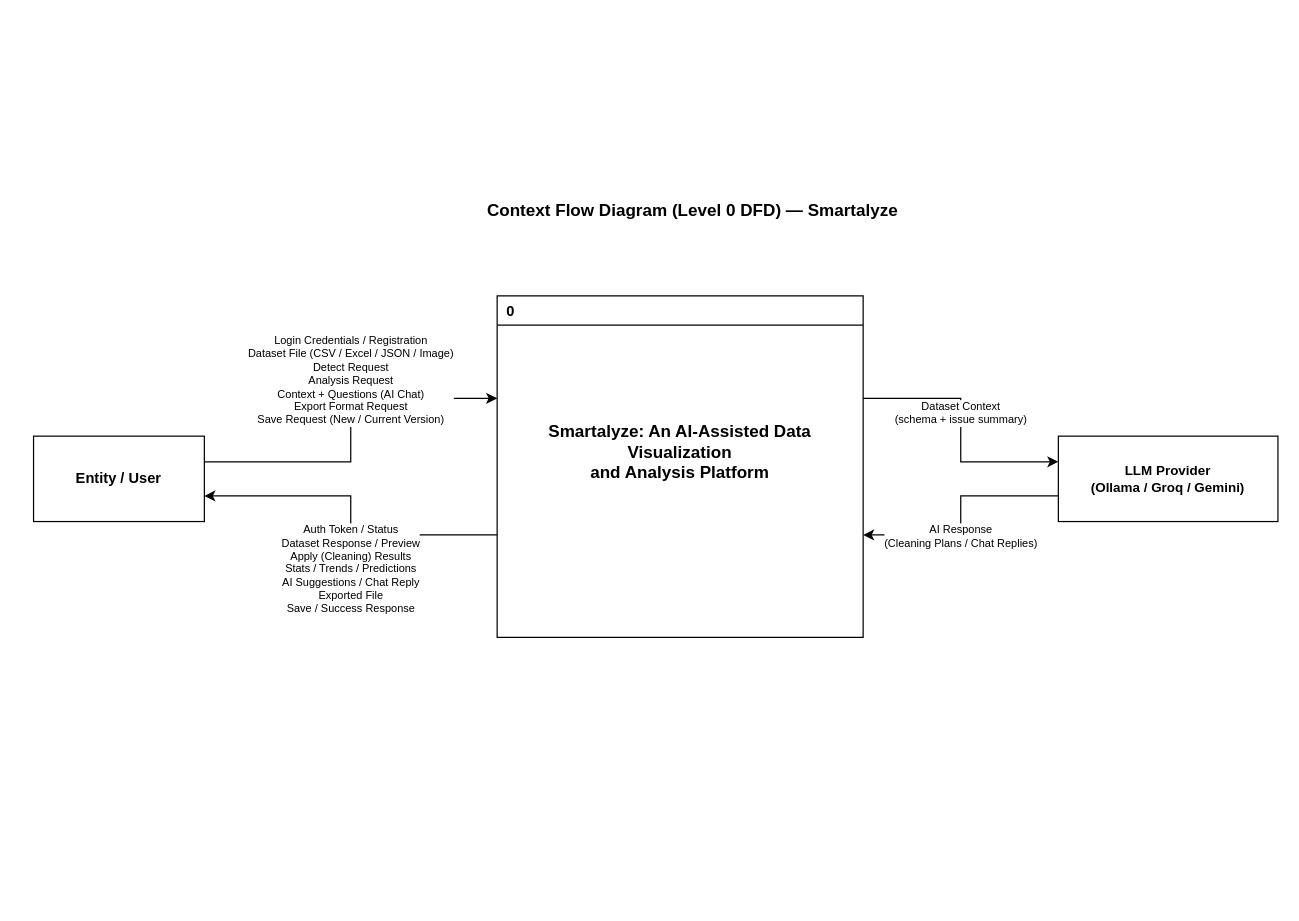
Earlier version of the draw.io diagram docs/CFD-Level0.drawio (alteradomayantonette-droid/Smartalyze-Web). Source tidied: cells renumbered, new cells numbered last; positions are measured from the earlier drawing's top-left corner, leaving out a move shared by most shapes. Both pictures are drawn from the tidied source at 122%, with x=0, y=0 at pixel (33, 192).
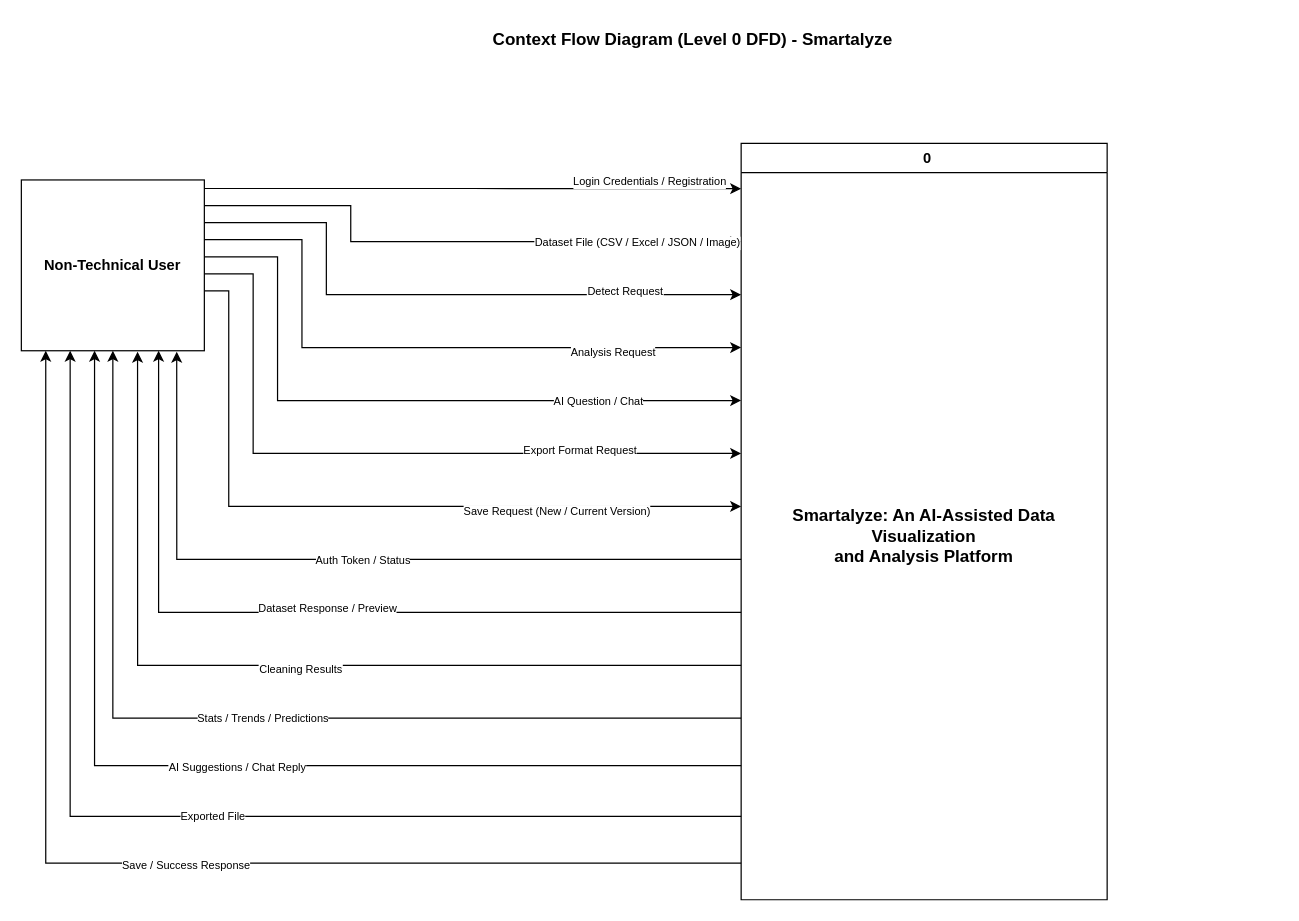
After the change.

Commit message (it also covers changes not shown here):
changes cfd dfd

The edit, as a diff of the source:
```diff
@@
-    <mxCell id="2" value="Context Flow Diagram (Level 0 DFD) — Smartalyze" style="text;html=1;strokeColor=none;fillColor=none;align=center;verticalAlign=middle;fontSize=14;fontStyle=1;" parent="1" vertex="1">
-      <mxGeometry x="240" width="600" height="30" as="geometry" />
+    <mxCell id="2" value="Context Flow Diagram (Level 0 DFD) - Smartalyze" style="text;html=1;strokeColor=none;fillColor=none;align=center;verticalAlign=middle;fontSize=14;fontStyle=1;" parent="1" vertex="1">
+      <mxGeometry x="240" y="-140" width="600" height="30" as="geometry" />
     </mxCell>
-    <mxCell id="3" value="Entity / User" style="rounded=0;whiteSpace=wrap;html=1;fillColor=#ffffff;strokeColor=#000000;fontSize=12;fontStyle=1;" parent="1" vertex="1">
-      <mxGeometry y="200" width="140" height="70" as="geometry" />
+    <mxCell id="3" value="Non-Technical User" style="rounded=0;whiteSpace=wrap;html=1;fillColor=#ffffff;strokeColor=#000000;fontSize=12;fontStyle=1;" parent="1" vertex="1">
+      <mxGeometry x="-10" y="-10" width="150" height="140" as="geometry" />
     </mxCell>
-    <mxCell id="4" value="0" style="swimlane;startSize=24;fillColor=#ffffff;strokeColor=#000000;fontSize=12;fontStyle=1;align=left;spacingLeft=6;" parent="1" vertex="1">
-      <mxGeometry x="380" y="85" width="300" height="280" as="geometry" />
+    <mxCell id="4" value="0" style="swimlane;startSize=24;fillColor=#ffffff;strokeColor=#000000;fontSize=12;fontStyle=1;align=center;spacingLeft=6;glass=0;absoluteArcSize=0;footerSize=0;" parent="1" vertex="1">
+      <mxGeometry x="580" y="-40" width="300" height="620" as="geometry" />
     </mxCell>
     <mxCell id="5" value="Smartalyze: An AI-Assisted Data Visualization&lt;div&gt;and Analysis Platform&lt;/div&gt;" style="text;html=1;strokeColor=none;fillColor=none;align=center;verticalAlign=middle;whiteSpace=wrap;fontSize=14;fontStyle=1;" parent="4" vertex="1">
-      <mxGeometry width="300" height="256" as="geometry" />
+      <mxGeometry y="24" width="300" height="596" as="geometry" />
     </mxCell>
-    <mxCell id="6" value="LLM Provider&#10;(Ollama / Groq / Gemini)" style="rounded=0;whiteSpace=wrap;html=1;fillColor=#ffffff;strokeColor=#000000;fontSize=11;fontStyle=1;" parent="1" vertex="1">
-      <mxGeometry x="840" y="200" width="180" height="70" as="geometry" />
-    </mxCell>
-    <mxCell id="7" value="Login Credentials / Registration&#10;Dataset File (CSV / Excel / JSON / Image)&#10;Detect Request&#10;Analysis Request&#10;Context + Questions (AI Chat)&#10;Export Format Request&#10;Save Request (New / Current Version)" style="edgeStyle=orthogonalEdgeStyle;rounded=0;html=1;exitX=1;exitY=0.3;exitDx=0;exitDy=0;entryX=0;entryY=0.3;entryDx=0;entryDy=0;fontSize=9;align=center;verticalAlign=bottom;" parent="1" edge="1" source="3" target="4">
-      <mxGeometry relative="1" as="geometry" />
-    </mxCell>
-    <mxCell id="8" value="Auth Token / Status&#10;Dataset Response / Preview&#10;Apply (Cleaning) Results&#10;Stats / Trends / Predictions&#10;AI Suggestions / Chat Reply&#10;Exported File&#10;Save / Success Response" style="edgeStyle=orthogonalEdgeStyle;rounded=0;html=1;exitX=0;exitY=0.7;exitDx=0;exitDy=0;entryX=1;entryY=0.7;entryDx=0;entryDy=0;fontSize=9;align=center;verticalAlign=top;" parent="1" edge="1" source="4" target="3">
-      <mxGeometry relative="1" as="geometry" />
-    </mxCell>
-    <mxCell id="9" value="Dataset Context&#10;(schema + issue summary)" style="edgeStyle=orthogonalEdgeStyle;rounded=0;html=1;exitX=1;exitY=0.3;exitDx=0;exitDy=0;entryX=0;entryY=0.3;entryDx=0;entryDy=0;fontSize=9;align=center;verticalAlign=bottom;" parent="1" edge="1" source="4" target="6">
-      <mxGeometry relative="1" as="geometry" />
-    </mxCell>
-    <mxCell id="10" value="AI Response&#10;(Cleaning Plans / Chat Replies)" style="edgeStyle=orthogonalEdgeStyle;rounded=0;html=1;exitX=0;exitY=0.7;exitDx=0;exitDy=0;entryX=1;entryY=0.7;entryDx=0;entryDy=0;fontSize=9;align=center;verticalAlign=top;" parent="1" edge="1" source="6" target="4">
-      <mxGeometry relative="1" as="geometry" />
-    </mxCell>
+    <mxCell id="11" value="Login Credentials / Registration" style="edgeStyle=orthogonalEdgeStyle;rounded=0;html=1;endArrow=classic;fontSize=9;align=center;verticalAlign=bottom;exitX=1;exitY=0.05;exitDx=0;exitDy=0;entryX=0;entryY=0.06;entryDx=0;entryDy=0;" parent="1" edge="1" source="3" target="4">
+      <mxGeometry x="0.66" y="-3" relative="1" as="geometry" />
+    </mxCell>
+    <mxCell id="12" value="Dataset File (CSV / Excel / JSON / Image)" style="edgeStyle=orthogonalEdgeStyle;rounded=0;html=1;endArrow=classic;fontSize=9;align=center;verticalAlign=bottom;exitX=1;exitY=0.15;exitDx=0;exitDy=0;entryX=0;entryY=0.13;entryDx=0;entryDy=0;" parent="1" edge="1" source="3" target="4">
+      <mxGeometry x="0.64" y="-9" relative="1" as="geometry">
+        <Array as="points">
+          <mxPoint x="260" y="11" />
+          <mxPoint x="260" y="40.6" />
+        </Array>
+      </mxGeometry>
+    </mxCell>
+    <mxCell id="13" value="Detect Request" style="edgeStyle=orthogonalEdgeStyle;rounded=0;html=1;endArrow=classic;fontSize=9;align=center;verticalAlign=bottom;exitX=1;exitY=0.25;exitDx=0;exitDy=0;entryX=0;entryY=0.20;entryDx=0;entryDy=0;" parent="1" edge="1" source="3" target="4">
+      <mxGeometry x="0.62" y="-6" relative="1" as="geometry">
+        <Array as="points">
+          <mxPoint x="240" y="25" />
+          <mxPoint x="240" y="84" />
+        </Array>
+      </mxGeometry>
+    </mxCell>
+    <mxCell id="14" value="Analysis Request" style="edgeStyle=orthogonalEdgeStyle;rounded=0;html=1;endArrow=classic;fontSize=9;align=center;verticalAlign=bottom;exitX=1;exitY=0.35;exitDx=0;exitDy=0;entryX=0;entryY=0.27;entryDx=0;entryDy=0;" parent="1" edge="1" source="3" target="4">
+      <mxGeometry x="0.6" y="-13" relative="1" as="geometry">
+        <Array as="points">
+          <mxPoint x="220" y="39" />
+          <mxPoint x="220" y="127.4" />
+        </Array>
+      </mxGeometry>
+    </mxCell>
+    <mxCell id="15" value="AI Question / Chat" style="edgeStyle=orthogonalEdgeStyle;rounded=0;html=1;endArrow=classic;fontSize=9;align=center;verticalAlign=bottom;exitX=1;exitY=0.45;exitDx=0;exitDy=0;entryX=0;entryY=0.34;entryDx=0;entryDy=0;" parent="1" edge="1" source="3" target="4">
+      <mxGeometry x="0.58" y="-9" relative="1" as="geometry">
+        <Array as="points">
+          <mxPoint x="200" y="53" />
+          <mxPoint x="200" y="170.8" />
+        </Array>
+      </mxGeometry>
+    </mxCell>
+    <mxCell id="16" value="Export Format Request" style="edgeStyle=orthogonalEdgeStyle;rounded=0;html=1;endArrow=classic;fontSize=9;align=center;verticalAlign=bottom;exitX=1;exitY=0.55;exitDx=0;exitDy=0;entryX=0;entryY=0.41;entryDx=0;entryDy=0;" parent="1" edge="1" source="3" target="4">
+      <mxGeometry x="0.55" y="-6" relative="1" as="geometry">
+        <Array as="points">
+          <mxPoint x="180" y="67" />
+          <mxPoint x="180" y="214.2" />
+        </Array>
+      </mxGeometry>
+    </mxCell>
+    <mxCell id="17" value="Save Request (New / Current Version)" style="edgeStyle=orthogonalEdgeStyle;rounded=0;html=1;endArrow=classic;fontSize=9;align=center;verticalAlign=bottom;exitX=1;exitY=0.65;exitDx=0;exitDy=0;entryX=0;entryY=0.48;entryDx=0;entryDy=0;" parent="1" edge="1" source="3" target="4">
+      <mxGeometry x="0.51" y="-12" relative="1" as="geometry">
+        <Array as="points">
+          <mxPoint x="160" y="81" />
+          <mxPoint x="160" y="257.6" />
+        </Array>
+      </mxGeometry>
+    </mxCell>
+    <mxCell id="18" value="Auth Token / Status" style="edgeStyle=orthogonalEdgeStyle;rounded=0;html=1;endArrow=classic;fontSize=9;align=center;verticalAlign=top;exitX=0;exitY=0.55;exitDx=0;exitDy=0;entryX=0.849;entryY=1.006;entryDx=0;entryDy=0;entryPerimeter=0;" parent="1" edge="1" source="4" target="3">
+      <mxGeometry x="-0.02" y="-11" relative="1" as="geometry" />
+    </mxCell>
+    <mxCell id="19" value="Dataset Response / Preview" style="edgeStyle=orthogonalEdgeStyle;rounded=0;html=1;endArrow=classic;fontSize=9;align=center;verticalAlign=top;exitX=0;exitY=0.62;exitDx=0;exitDy=0;entryX=0.75;entryY=1;entryDx=0;entryDy=0;" parent="1" edge="1" source="4" target="3">
+      <mxGeometry x="-0.02" y="-14" relative="1" as="geometry" />
+    </mxCell>
+    <mxCell id="20" value="Cleaning Results" style="edgeStyle=orthogonalEdgeStyle;rounded=0;html=1;endArrow=classic;fontSize=9;align=center;verticalAlign=top;exitX=0;exitY=0.69;exitDx=0;exitDy=0;entryX=0.635;entryY=1.006;entryDx=0;entryDy=0;entryPerimeter=0;" parent="1" edge="1" source="4" target="3">
+      <mxGeometry x="-0.04" y="-8" relative="1" as="geometry" />
+    </mxCell>
+    <mxCell id="21" value="Stats / Trends / Predictions" style="edgeStyle=orthogonalEdgeStyle;rounded=0;html=1;endArrow=classic;fontSize=9;align=center;verticalAlign=top;exitX=0;exitY=0.76;exitDx=0;exitDy=0;entryX=0.5;entryY=1;entryDx=0;entryDy=0;" parent="1" edge="1" source="4" target="3">
+      <mxGeometry x="-0.04" y="-11" relative="1" as="geometry" />
+    </mxCell>
+    <mxCell id="22" value="AI Suggestions / Chat Reply" style="edgeStyle=orthogonalEdgeStyle;rounded=0;html=1;endArrow=classic;fontSize=9;align=center;verticalAlign=top;" parent="1" edge="1" source="5">
+      <mxGeometry x="-0.05" y="-10" relative="1" as="geometry">
+        <mxPoint x="50" y="130" as="targetPoint" />
+        <Array as="points">
+          <mxPoint x="50" y="470" />
+        </Array>
+      </mxGeometry>
+    </mxCell>
+    <mxCell id="23" value="Exported File" style="edgeStyle=orthogonalEdgeStyle;rounded=0;html=1;endArrow=classic;fontSize=9;align=center;verticalAlign=top;entryX=0.151;entryY=1.002;entryDx=0;entryDy=0;entryPerimeter=0;" parent="1" edge="1" source="5">
+      <mxGeometry x="-0.07" y="-12" relative="1" as="geometry">
+        <mxPoint x="30" y="130" as="targetPoint" />
+        <Array as="points">
+          <mxPoint x="30" y="511.7" />
+        </Array>
+      </mxGeometry>
+    </mxCell>
+    <mxCell id="24" value="Save / Success Response" style="edgeStyle=orthogonalEdgeStyle;rounded=0;html=1;endArrow=classic;fontSize=9;align=center;verticalAlign=top;entryX=0.25;entryY=1;entryDx=0;entryDy=0;" parent="1" edge="1">
+      <mxGeometry x="-0.08" y="-10" relative="1" as="geometry">
+        <mxPoint x="580" y="550" as="sourcePoint" />
+        <mxPoint x="10" y="130" as="targetPoint" />
+        <Array as="points">
+          <mxPoint x="10" y="550" />
+        </Array>
+      </mxGeometry>
+    </mxCell>
```
